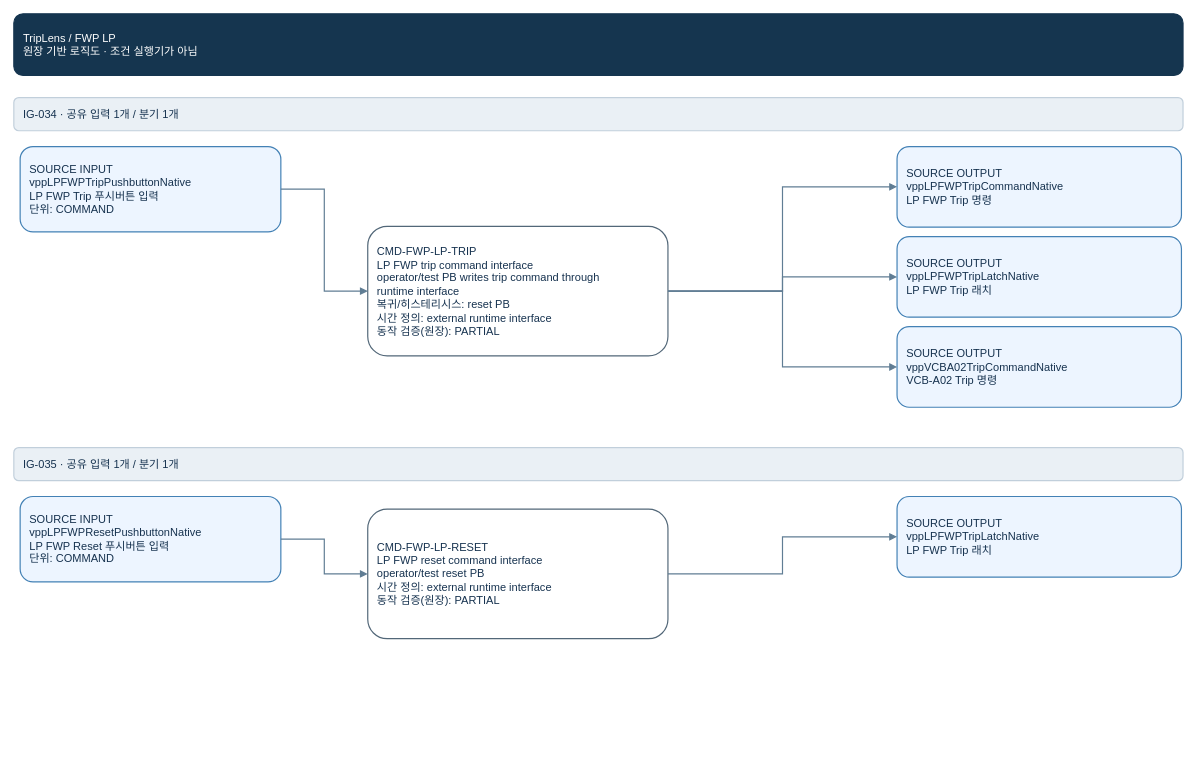
Before: page "FWP LP" (4 of 98) of apps/web/public/logic-assets/TripLens_Logic_Master_Current_V8.drawio in khaku25/triplens-thermosyspro-cloud-runner, a draw.io diagram. Source tidied: cells renumbered, new cells numbered last; positions are measured from the earlier drawing's top-left corner, leaving out a move shared by most shapes. Both pictures are drawn from the tidied source at 79%, with x=0, y=0 at pixel (13, 13).
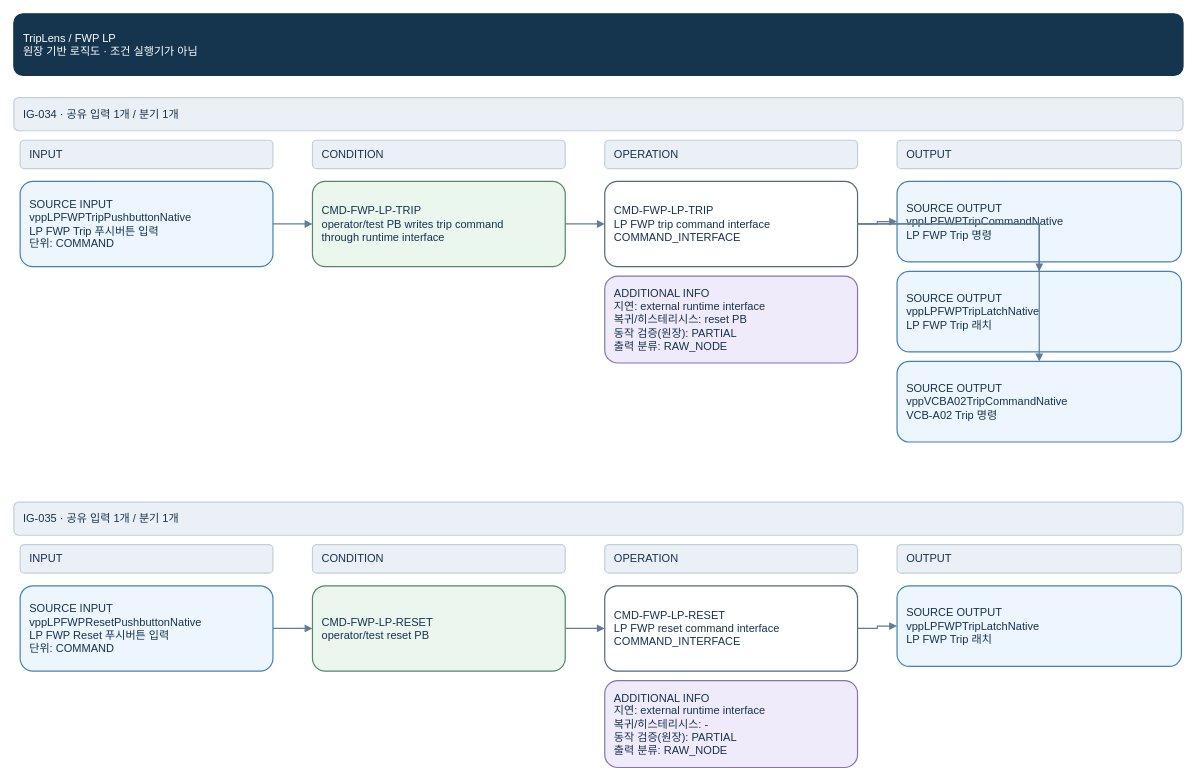
After the change.

Diff of the diagram source:
```diff
@@
+    <mxCell id="19" value="INPUT" style="rounded=1;whiteSpace=wrap;html=0;fontFamily=Arial;fontSize=14;align=left;verticalAlign=middle;spacing=12;fillColor=#eaf0f5;strokeColor=#c1cfdb;fontColor=#16324f;strokeWidth=1.5;" parent="1" vertex="1">
+      <mxGeometry x="8" y="160" width="320" height="36" as="geometry" />
+    </mxCell>
+    <mxCell id="20" value="CONDITION" style="rounded=1;whiteSpace=wrap;html=0;fontFamily=Arial;fontSize=14;align=left;verticalAlign=middle;spacing=12;fillColor=#eaf0f5;strokeColor=#c1cfdb;fontColor=#16324f;strokeWidth=1.5;" parent="1" vertex="1">
+      <mxGeometry x="378" y="160" width="320" height="36" as="geometry" />
+    </mxCell>
+    <mxCell id="21" value="OPERATION" style="rounded=1;whiteSpace=wrap;html=0;fontFamily=Arial;fontSize=14;align=left;verticalAlign=middle;spacing=12;fillColor=#eaf0f5;strokeColor=#c1cfdb;fontColor=#16324f;strokeWidth=1.5;" parent="1" vertex="1">
+      <mxGeometry x="748" y="160" width="320" height="36" as="geometry" />
+    </mxCell>
+    <mxCell id="22" value="OUTPUT" style="rounded=1;whiteSpace=wrap;html=0;fontFamily=Arial;fontSize=14;align=left;verticalAlign=middle;spacing=12;fillColor=#eaf0f5;strokeColor=#c1cfdb;fontColor=#16324f;strokeWidth=1.5;" parent="1" vertex="1">
+      <mxGeometry x="1118" y="160" width="360" height="36" as="geometry" />
+    </mxCell>
     <mxCell id="4" value="SOURCE INPUT&#10;vppLPFWPTripPushbuttonNative&#10;LP FWP Trip 푸시버튼 입력&#10;단위: COMMAND" style="rounded=1;whiteSpace=wrap;html=0;fontFamily=Arial;fontSize=14;align=left;verticalAlign=middle;spacing=12;fillColor=#edf5ff;strokeColor=#4381b5;fontColor=#16324f;strokeWidth=1.5;" parent="1" vertex="1">
-      <mxGeometry x="8" y="168" width="330" height="108" as="geometry" />
+      <mxGeometry x="8" y="212" width="320" height="108" as="geometry" />
     </mxCell>
-    <mxCell id="5" value="CMD-FWP-LP-TRIP&#10;LP FWP trip command interface&#10;operator/test PB writes trip command through&#10;runtime interface&#10;복귀/히스테리시스: reset PB&#10;시간 정의: external runtime interface&#10;동작 검증(원장): PARTIAL" style="rounded=1;whiteSpace=wrap;html=0;fontFamily=Arial;fontSize=14;align=left;verticalAlign=middle;spacing=12;fillColor=#ffffff;strokeColor=#526778;fontColor=#16324f;strokeWidth=1.5;" parent="1" vertex="1">
-      <mxGeometry x="448" y="269" width="380" height="164" as="geometry" />
-    </mxCell>
-    <mxCell id="6" style="edgeStyle=orthogonalEdgeStyle;rounded=0;html=0;endArrow=block;strokeColor=#607d94;strokeWidth=1.5;" parent="1" edge="1" source="4" target="5">
-      <mxGeometry relative="1" as="geometry" />
-    </mxCell>
+    <mxCell id="23" value="CMD-FWP-LP-TRIP&#10;operator/test PB writes trip command&#10;through runtime interface" style="rounded=1;whiteSpace=wrap;html=0;fontFamily=Arial;fontSize=14;align=left;verticalAlign=middle;spacing=12;fillColor=#eaf6ee;strokeColor=#548766;fontColor=#16324f;strokeWidth=1.5;" parent="1" vertex="1">
+      <mxGeometry x="378" y="212" width="320" height="108" as="geometry" />
+    </mxCell>
+    <mxCell id="24" value="CMD-FWP-LP-TRIP&#10;LP FWP trip command interface&#10;COMMAND_INTERFACE" style="rounded=1;whiteSpace=wrap;html=0;fontFamily=Arial;fontSize=14;align=left;verticalAlign=middle;spacing=12;fillColor=#ffffff;strokeColor=#526778;fontColor=#16324f;strokeWidth=1.5;" parent="1" vertex="1">
+      <mxGeometry x="748" y="212" width="320" height="108" as="geometry" />
+    </mxCell>
+    <mxCell id="25" value="ADDITIONAL INFO&#10;지연: external runtime interface&#10;복귀/히스테리시스: reset PB&#10;동작 검증(원장): PARTIAL&#10;출력 분류: RAW_NODE" style="rounded=1;whiteSpace=wrap;html=0;fontFamily=Arial;fontSize=14;align=left;verticalAlign=middle;spacing=12;fillColor=#f0ebfa;strokeColor=#8873b1;fontColor=#16324f;strokeWidth=1.5;" parent="1" vertex="1">
+      <mxGeometry x="748" y="332" width="320" height="110" as="geometry" />
+    </mxCell>
+    <mxCell id="26" style="edgeStyle=orthogonalEdgeStyle;rounded=0;html=0;endArrow=block;strokeColor=#607d94;strokeWidth=1.5;" parent="1" edge="1" source="4" target="23">
+      <mxGeometry relative="1" as="geometry" />
+    </mxCell>
+    <mxCell id="27" style="edgeStyle=orthogonalEdgeStyle;rounded=0;html=0;endArrow=block;strokeColor=#607d94;strokeWidth=1.5;" parent="1" edge="1" source="23" target="24">
+      <mxGeometry relative="1" as="geometry" />
+    </mxCell>
     <mxCell id="7" value="SOURCE OUTPUT&#10;vppLPFWPTripCommandNative&#10;LP FWP Trip 명령" style="rounded=1;whiteSpace=wrap;html=0;fontFamily=Arial;fontSize=14;align=left;verticalAlign=middle;spacing=12;fillColor=#edf5ff;strokeColor=#4381b5;fontColor=#16324f;strokeWidth=1.5;" parent="1" vertex="1">
-      <mxGeometry x="1118" y="168" width="360" height="102" as="geometry" />
+      <mxGeometry x="1118" y="212" width="360" height="102" as="geometry" />
     </mxCell>
-    <mxCell id="8" style="edgeStyle=orthogonalEdgeStyle;rounded=0;html=0;endArrow=block;strokeColor=#607d94;strokeWidth=1.5;" parent="1" edge="1" source="5" target="7">
-      <mxGeometry relative="1" as="geometry" />
-    </mxCell>
+    <mxCell id="28" style="edgeStyle=orthogonalEdgeStyle;rounded=0;html=0;endArrow=block;strokeColor=#607d94;strokeWidth=1.5;" parent="1" edge="1" source="24" target="7">
+      <mxGeometry relative="1" as="geometry" />
+    </mxCell>
     <mxCell id="9" value="SOURCE OUTPUT&#10;vppLPFWPTripLatchNative&#10;LP FWP Trip 래치" style="rounded=1;whiteSpace=wrap;html=0;fontFamily=Arial;fontSize=14;align=left;verticalAlign=middle;spacing=12;fillColor=#edf5ff;strokeColor=#4381b5;fontColor=#16324f;strokeWidth=1.5;" parent="1" vertex="1">
-      <mxGeometry x="1118" y="282" width="360" height="102" as="geometry" />
+      <mxGeometry x="1118" y="326" width="360" height="102" as="geometry" />
     </mxCell>
-    <mxCell id="10" style="edgeStyle=orthogonalEdgeStyle;rounded=0;html=0;endArrow=block;strokeColor=#607d94;strokeWidth=1.5;" parent="1" edge="1" source="5" target="9">
-      <mxGeometry relative="1" as="geometry" />
-    </mxCell>
+    <mxCell id="29" style="edgeStyle=orthogonalEdgeStyle;rounded=0;html=0;endArrow=block;strokeColor=#607d94;strokeWidth=1.5;" parent="1" edge="1" source="24" target="9">
+      <mxGeometry relative="1" as="geometry" />
+    </mxCell>
     <mxCell id="11" value="SOURCE OUTPUT&#10;vppVCBA02TripCommandNative&#10;VCB-A02 Trip 명령" style="rounded=1;whiteSpace=wrap;html=0;fontFamily=Arial;fontSize=14;align=left;verticalAlign=middle;spacing=12;fillColor=#edf5ff;strokeColor=#4381b5;fontColor=#16324f;strokeWidth=1.5;" parent="1" vertex="1">
-      <mxGeometry x="1118" y="396" width="360" height="102" as="geometry" />
+      <mxGeometry x="1118" y="440" width="360" height="102" as="geometry" />
     </mxCell>
-    <mxCell id="12" style="edgeStyle=orthogonalEdgeStyle;rounded=0;html=0;endArrow=block;strokeColor=#607d94;strokeWidth=1.5;" parent="1" edge="1" source="5" target="11">
-      <mxGeometry relative="1" as="geometry" />
-    </mxCell>
+    <mxCell id="30" style="edgeStyle=orthogonalEdgeStyle;rounded=0;html=0;endArrow=block;strokeColor=#607d94;strokeWidth=1.5;" parent="1" edge="1" source="24" target="11">
+      <mxGeometry relative="1" as="geometry" />
+    </mxCell>
     <mxCell id="13" value="IG-035  ·  공유 입력 1개  /  분기 1개" style="rounded=1;whiteSpace=wrap;html=0;fontFamily=Arial;fontSize=14;align=left;verticalAlign=middle;spacing=12;fillColor=#eaf0f5;strokeColor=#c1cfdb;fontColor=#16324f;strokeWidth=1.5;" parent="1" vertex="1">
-      <mxGeometry y="549" width="1480" height="42" as="geometry" />
+      <mxGeometry y="618" width="1480" height="42" as="geometry" />
     </mxCell>
+    <mxCell id="31" value="INPUT" style="rounded=1;whiteSpace=wrap;html=0;fontFamily=Arial;fontSize=14;align=left;verticalAlign=middle;spacing=12;fillColor=#eaf0f5;strokeColor=#c1cfdb;fontColor=#16324f;strokeWidth=1.5;" parent="1" vertex="1">
+      <mxGeometry x="8" y="672" width="320" height="36" as="geometry" />
+    </mxCell>
+    <mxCell id="32" value="CONDITION" style="rounded=1;whiteSpace=wrap;html=0;fontFamily=Arial;fontSize=14;align=left;verticalAlign=middle;spacing=12;fillColor=#eaf0f5;strokeColor=#c1cfdb;fontColor=#16324f;strokeWidth=1.5;" parent="1" vertex="1">
+      <mxGeometry x="378" y="672" width="320" height="36" as="geometry" />
+    </mxCell>
+    <mxCell id="33" value="OPERATION" style="rounded=1;whiteSpace=wrap;html=0;fontFamily=Arial;fontSize=14;align=left;verticalAlign=middle;spacing=12;fillColor=#eaf0f5;strokeColor=#c1cfdb;fontColor=#16324f;strokeWidth=1.5;" parent="1" vertex="1">
+      <mxGeometry x="748" y="672" width="320" height="36" as="geometry" />
+    </mxCell>
+    <mxCell id="34" value="OUTPUT" style="rounded=1;whiteSpace=wrap;html=0;fontFamily=Arial;fontSize=14;align=left;verticalAlign=middle;spacing=12;fillColor=#eaf0f5;strokeColor=#c1cfdb;fontColor=#16324f;strokeWidth=1.5;" parent="1" vertex="1">
+      <mxGeometry x="1118" y="672" width="360" height="36" as="geometry" />
+    </mxCell>
     <mxCell id="14" value="SOURCE INPUT&#10;vppLPFWPResetPushbuttonNative&#10;LP FWP Reset 푸시버튼 입력&#10;단위: COMMAND" style="rounded=1;whiteSpace=wrap;html=0;fontFamily=Arial;fontSize=14;align=left;verticalAlign=middle;spacing=12;fillColor=#edf5ff;strokeColor=#4381b5;fontColor=#16324f;strokeWidth=1.5;" parent="1" vertex="1">
-      <mxGeometry x="8" y="611" width="330" height="108" as="geometry" />
+      <mxGeometry x="8" y="724" width="320" height="108" as="geometry" />
     </mxCell>
-    <mxCell id="15" value="CMD-FWP-LP-RESET&#10;LP FWP reset command interface&#10;operator/test reset PB&#10;시간 정의: external runtime interface&#10;동작 검증(원장): PARTIAL" style="rounded=1;whiteSpace=wrap;html=0;fontFamily=Arial;fontSize=14;align=left;verticalAlign=middle;spacing=12;fillColor=#ffffff;strokeColor=#526778;fontColor=#16324f;strokeWidth=1.5;" parent="1" vertex="1">
-      <mxGeometry x="448" y="627" width="380" height="164" as="geometry" />
-    </mxCell>
-    <mxCell id="16" style="edgeStyle=orthogonalEdgeStyle;rounded=0;html=0;endArrow=block;strokeColor=#607d94;strokeWidth=1.5;" parent="1" edge="1" source="14" target="15">
-      <mxGeometry relative="1" as="geometry" />
-    </mxCell>
+    <mxCell id="35" value="CMD-FWP-LP-RESET&#10;operator/test reset PB" style="rounded=1;whiteSpace=wrap;html=0;fontFamily=Arial;fontSize=14;align=left;verticalAlign=middle;spacing=12;fillColor=#eaf6ee;strokeColor=#548766;fontColor=#16324f;strokeWidth=1.5;" parent="1" vertex="1">
+      <mxGeometry x="378" y="724" width="320" height="108" as="geometry" />
+    </mxCell>
+    <mxCell id="36" value="CMD-FWP-LP-RESET&#10;LP FWP reset command interface&#10;COMMAND_INTERFACE" style="rounded=1;whiteSpace=wrap;html=0;fontFamily=Arial;fontSize=14;align=left;verticalAlign=middle;spacing=12;fillColor=#ffffff;strokeColor=#526778;fontColor=#16324f;strokeWidth=1.5;" parent="1" vertex="1">
+      <mxGeometry x="748" y="724" width="320" height="108" as="geometry" />
+    </mxCell>
+    <mxCell id="37" value="ADDITIONAL INFO&#10;지연: external runtime interface&#10;복귀/히스테리시스: -&#10;동작 검증(원장): PARTIAL&#10;출력 분류: RAW_NODE" style="rounded=1;whiteSpace=wrap;html=0;fontFamily=Arial;fontSize=14;align=left;verticalAlign=middle;spacing=12;fillColor=#f0ebfa;strokeColor=#8873b1;fontColor=#16324f;strokeWidth=1.5;" parent="1" vertex="1">
+      <mxGeometry x="748" y="844" width="320" height="110" as="geometry" />
+    </mxCell>
+    <mxCell id="38" style="edgeStyle=orthogonalEdgeStyle;rounded=0;html=0;endArrow=block;strokeColor=#607d94;strokeWidth=1.5;" parent="1" edge="1" source="14" target="35">
+      <mxGeometry relative="1" as="geometry" />
+    </mxCell>
+    <mxCell id="39" style="edgeStyle=orthogonalEdgeStyle;rounded=0;html=0;endArrow=block;strokeColor=#607d94;strokeWidth=1.5;" parent="1" edge="1" source="35" target="36">
+      <mxGeometry relative="1" as="geometry" />
+    </mxCell>
     <mxCell id="17" value="SOURCE OUTPUT&#10;vppLPFWPTripLatchNative&#10;LP FWP Trip 래치" style="rounded=1;whiteSpace=wrap;html=0;fontFamily=Arial;fontSize=14;align=left;verticalAlign=middle;spacing=12;fillColor=#edf5ff;strokeColor=#4381b5;fontColor=#16324f;strokeWidth=1.5;" parent="1" vertex="1">
-      <mxGeometry x="1118" y="611" width="360" height="102" as="geometry" />
+      <mxGeometry x="1118" y="724" width="360" height="102" as="geometry" />
     </mxCell>
-    <mxCell id="18" style="edgeStyle=orthogonalEdgeStyle;rounded=0;html=0;endArrow=block;strokeColor=#607d94;strokeWidth=1.5;" parent="1" edge="1" source="15" target="17">
-      <mxGeometry relative="1" as="geometry" />
-    </mxCell>
+    <mxCell id="40" style="edgeStyle=orthogonalEdgeStyle;rounded=0;html=0;endArrow=block;strokeColor=#607d94;strokeWidth=1.5;" parent="1" edge="1" source="36" target="17">
+      <mxGeometry relative="1" as="geometry" />
+    </mxCell>
```
